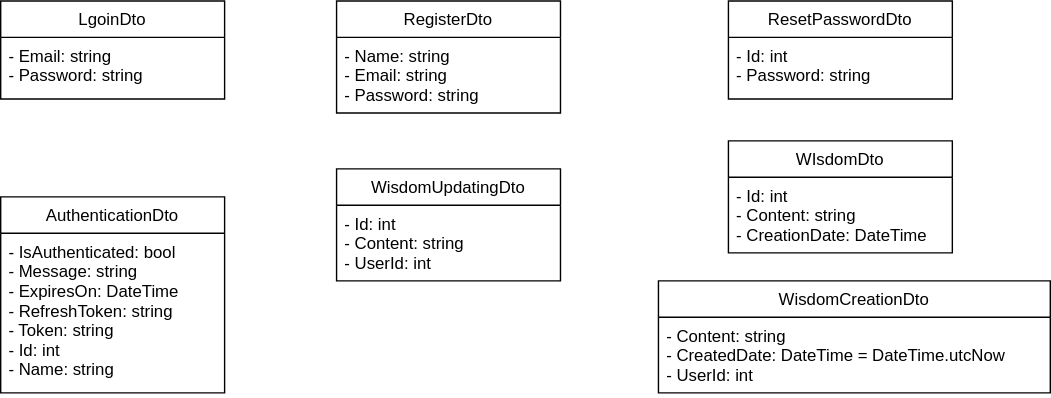
This is Diagram/Class Diagrams/DTOs.svg from Davidemad24/WisdomSystem, a draw.io export, as it was before one commit. Source tidied: cells renumbered, new cells last; positions are measured from the earlier drawing's top-left corner, leaving out a move shared by most shapes.
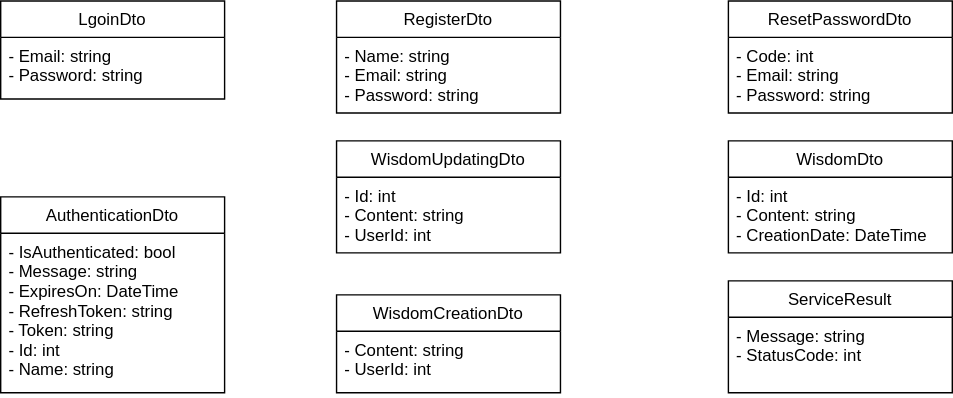
Above is the later version.

Diff of the diagram source:
```diff
@@ -15,16 +15,16 @@
       <mxGeometry y="26" width="160" height="54" as="geometry" />
     </mxCell>
     <mxCell id="6" value="ResetPasswordDto" style="swimlane;fontStyle=0;align=center;verticalAlign=top;horizontal=1;startSize=26;rounded=0;shadow=0;strokeWidth=1;" parent="1" vertex="1">
-      <mxGeometry x="520" width="160" height="70" as="geometry" />
+      <mxGeometry x="520" width="160" height="80" as="geometry" />
     </mxCell>
-    <mxCell id="7" value="- Id: int&#10;- Password: string" style="text;align=left;verticalAlign=top;spacingLeft=4;spacingRight=4;overflow=hidden;" parent="6" vertex="1">
-      <mxGeometry y="26" width="160" height="44" as="geometry" />
+    <mxCell id="7" value="- Code: int&#10;- Email: string&#10;- Password: string" style="text;align=left;verticalAlign=top;spacingLeft=4;spacingRight=4;overflow=hidden;" parent="6" vertex="1">
+      <mxGeometry y="26" width="160" height="54" as="geometry" />
     </mxCell>
     <mxCell id="8" value="WisdomCreationDto" style="swimlane;fontStyle=0;align=center;verticalAlign=top;horizontal=1;startSize=26;rounded=0;shadow=0;strokeWidth=1;" parent="1" vertex="1">
-      <mxGeometry x="470" y="200" width="280" height="80" as="geometry" />
+      <mxGeometry x="240" y="210" width="160" height="70" as="geometry" />
     </mxCell>
-    <mxCell id="9" value="- Content: string&#10;- CreatedDate: DateTime = DateTime.utcNow&#10;- UserId: int" style="text;align=left;verticalAlign=top;spacingLeft=4;spacingRight=4;overflow=hidden;" parent="8" vertex="1">
-      <mxGeometry y="26" width="280" height="54" as="geometry" />
+    <mxCell id="9" value="- Content: string&#10;- UserId: int" style="text;align=left;verticalAlign=top;spacingLeft=4;spacingRight=4;overflow=hidden;" parent="8" vertex="1">
+      <mxGeometry y="26" width="160" height="34" as="geometry" />
     </mxCell>
     <mxCell id="10" value="AuthenticationDto" style="swimlane;fontStyle=0;align=center;verticalAlign=top;horizontal=1;startSize=26;rounded=0;shadow=0;strokeWidth=1;" parent="1" vertex="1">
       <mxGeometry y="140" width="160" height="140" as="geometry" />
@@ -33,16 +33,22 @@
       <mxGeometry y="26" width="160" height="114" as="geometry" />
     </mxCell>
     <mxCell id="12" value="WisdomUpdatingDto" style="swimlane;fontStyle=0;align=center;verticalAlign=top;horizontal=1;startSize=26;rounded=0;shadow=0;strokeWidth=1;" parent="1" vertex="1">
-      <mxGeometry x="240" y="120" width="160" height="80" as="geometry" />
+      <mxGeometry x="240" y="100" width="160" height="80" as="geometry" />
     </mxCell>
     <mxCell id="13" value="- Id: int&#10;- Content: string&#10;- UserId: int" style="text;align=left;verticalAlign=top;spacingLeft=4;spacingRight=4;overflow=hidden;" parent="12" vertex="1">
       <mxGeometry y="26" width="160" height="54" as="geometry" />
     </mxCell>
-    <mxCell id="14" value="WIsdomDto" style="swimlane;fontStyle=0;align=center;verticalAlign=top;horizontal=1;startSize=26;rounded=0;shadow=0;strokeWidth=1;" parent="1" vertex="1">
+    <mxCell id="14" value="WisdomDto" style="swimlane;fontStyle=0;align=center;verticalAlign=top;horizontal=1;startSize=26;rounded=0;shadow=0;strokeWidth=1;" parent="1" vertex="1">
       <mxGeometry x="520" y="100" width="160" height="80" as="geometry" />
     </mxCell>
     <mxCell id="15" value="- Id: int&#10;- Content: string&#10;- CreationDate: DateTime" style="text;align=left;verticalAlign=top;spacingLeft=4;spacingRight=4;overflow=hidden;" parent="14" vertex="1">
       <mxGeometry y="26" width="160" height="54" as="geometry" />
     </mxCell>
+    <mxCell id="16" value="ServiceResult" style="swimlane;fontStyle=0;align=center;verticalAlign=top;horizontal=1;startSize=26;rounded=0;shadow=0;strokeWidth=1;" parent="1" vertex="1">
+      <mxGeometry x="520" y="200" width="160" height="80" as="geometry" />
+    </mxCell>
+    <mxCell id="17" value="- Message: string&#10;- StatusCode: int" style="text;align=left;verticalAlign=top;spacingLeft=4;spacingRight=4;overflow=hidden;" parent="16" vertex="1">
+      <mxGeometry y="26" width="160" height="54" as="geometry" />
+    </mxCell>
   </root>
 </mxGraphModel>
```
